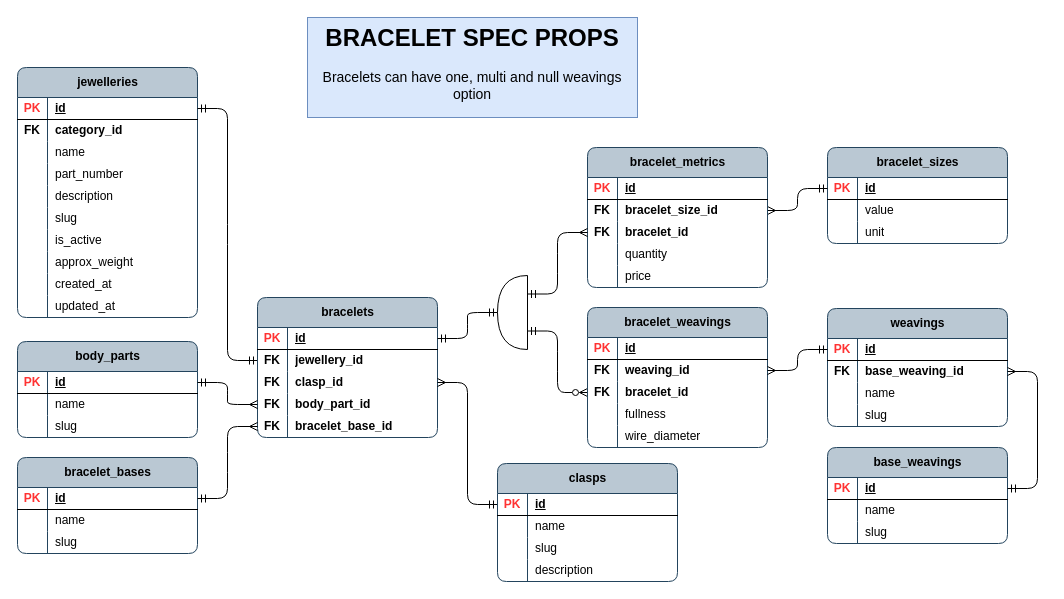
This is page "jw_bracelet_props" (8 of 14) of publisher/laravel-app/psql_jewellery_items.drawio from Local-development-environment/msg-brokers-publisher-consumer, a draw.io file, before an edit. Source tidied: cells renumbered, new cells numbered last; positions are measured from the earlier drawing's top-left corner, leaving out a move shared by most shapes. Both pictures are drawn from the tidied source at 100%, with x=0, y=0 at pixel (17, 17).
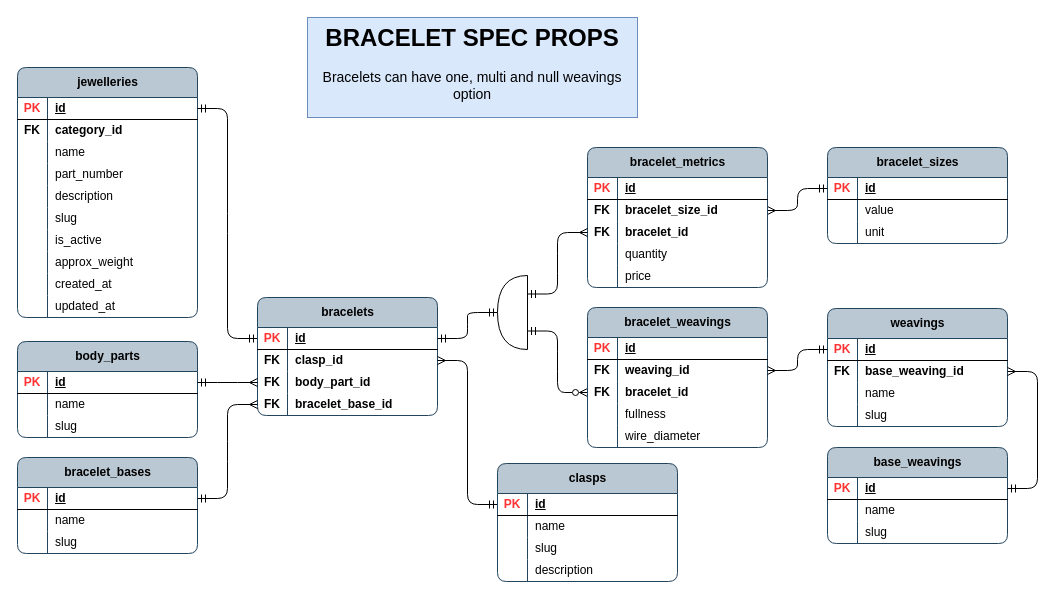
The same page after the edit.

Unchanged cells that the change refers to:
```xml
<mxCell id="3" style="shape=tableRow;horizontal=0;startSize=0;swimlaneHead=0;swimlaneBody=0;fillColor=none;points=[[0,0.5],[1,0.5]];portConstraint=eastwest;top=0;left=0;right=0;bottom=1;rounded=1;" parent="2" vertex="1">
  <mxGeometry y="30" width="180" height="22" as="geometry" />
</mxCell>
<mxCell id="35" style="shape=tableRow;horizontal=0;startSize=0;swimlaneHead=0;swimlaneBody=0;fillColor=none;points=[[0,0.5],[1,0.5]];portConstraint=eastwest;top=0;left=0;right=0;bottom=1;rounded=0;" parent="34" vertex="1">
  <mxGeometry y="30" width="180" height="22" as="geometry" />
</mxCell>
```

Change to the diagram source:
```diff
@@
-    <mxCell id="33" style="edgeStyle=entityRelationEdgeStyle;fontSize=12;html=1;endArrow=ERmandOne;startArrow=ERmandOne;rounded=1;curved=0;exitX=1;exitY=0.5;exitDx=0;exitDy=0;entryX=0;entryY=0.5;entryDx=0;entryDy=0;" parent="1" edge="1" source="3" target="38">
+    <mxCell id="33" style="edgeStyle=entityRelationEdgeStyle;fontSize=12;html=1;endArrow=ERmandOne;startArrow=ERmandOne;rounded=1;curved=0;exitX=1;exitY=0.5;exitDx=0;exitDy=0;entryX=0;entryY=0.5;entryDx=0;entryDy=0;" parent="1" edge="1" source="3" target="35">
       <mxGeometry relative="1" as="geometry" />
     </mxCell>
     <mxCell id="34" value="bracelets" style="shape=table;startSize=30;childLayout=tableLayout;rowLines=0;fontStyle=1;align=center;html=1;rounded=1;swimlaneFillColor=none;fillColor=#bac8d3;strokeColor=#23445d;columnLines=1;arcSize=10;" parent="1" vertex="1">
-      <mxGeometry x="240" y="280" width="180" height="140" as="geometry" />
+      <mxGeometry x="240" y="280" width="180" height="118" as="geometry" />
     </mxCell>
@@
-    <mxCell id="38" style="shape=tableRow;horizontal=0;startSize=0;swimlaneHead=0;swimlaneBody=0;fillColor=none;points=[[0,0.5],[1,0.5]];portConstraint=eastwest;top=0;left=0;right=0;bottom=0;rounded=0;" parent="34" vertex="1">
-      <mxGeometry y="52" width="180" height="22" as="geometry" />
-    </mxCell>
-    <mxCell id="39" value="&lt;b&gt;FK&lt;/b&gt;" style="shape=partialRectangle;fillColor=none;top=0;left=0;bottom=0;right=0;overflow=hidden;whiteSpace=wrap;html=1;" parent="38" vertex="1">
-      <mxGeometry width="30" height="22" as="geometry" />
-    </mxCell>
-    <mxCell id="40" value="&lt;b&gt;jewellery_id&lt;/b&gt;" style="shape=partialRectangle;fillColor=none;top=0;left=0;bottom=0;right=0;align=left;spacingLeft=6;overflow=hidden;whiteSpace=wrap;html=1;" parent="38" vertex="1">
-      <mxGeometry x="30" width="150" height="22" as="geometry" />
-    </mxCell>
     <mxCell id="41" style="shape=tableRow;horizontal=0;startSize=0;swimlaneHead=0;swimlaneBody=0;fillColor=none;points=[[0,0.5],[1,0.5]];portConstraint=eastwest;top=0;left=0;right=0;bottom=0;rounded=0;" parent="34" vertex="1">
-      <mxGeometry y="74" width="180" height="22" as="geometry" />
+      <mxGeometry y="52" width="180" height="22" as="geometry" />
     </mxCell>
@@
     <mxCell id="44" style="shape=tableRow;horizontal=0;startSize=0;swimlaneHead=0;swimlaneBody=0;fillColor=none;points=[[0,0.5],[1,0.5]];portConstraint=eastwest;top=0;left=0;right=0;bottom=0;rounded=0;" parent="34" vertex="1">
-      <mxGeometry y="96" width="180" height="22" as="geometry" />
+      <mxGeometry y="74" width="180" height="22" as="geometry" />
     </mxCell>
@@
     <mxCell id="47" style="shape=tableRow;horizontal=0;startSize=0;swimlaneHead=0;swimlaneBody=0;fillColor=none;points=[[0,0.5],[1,0.5]];portConstraint=eastwest;top=0;left=0;right=0;bottom=0;rounded=0;" parent="34" vertex="1">
-      <mxGeometry y="118" width="180" height="22" as="geometry" />
+      <mxGeometry y="96" width="180" height="22" as="geometry" />
     </mxCell>
```
